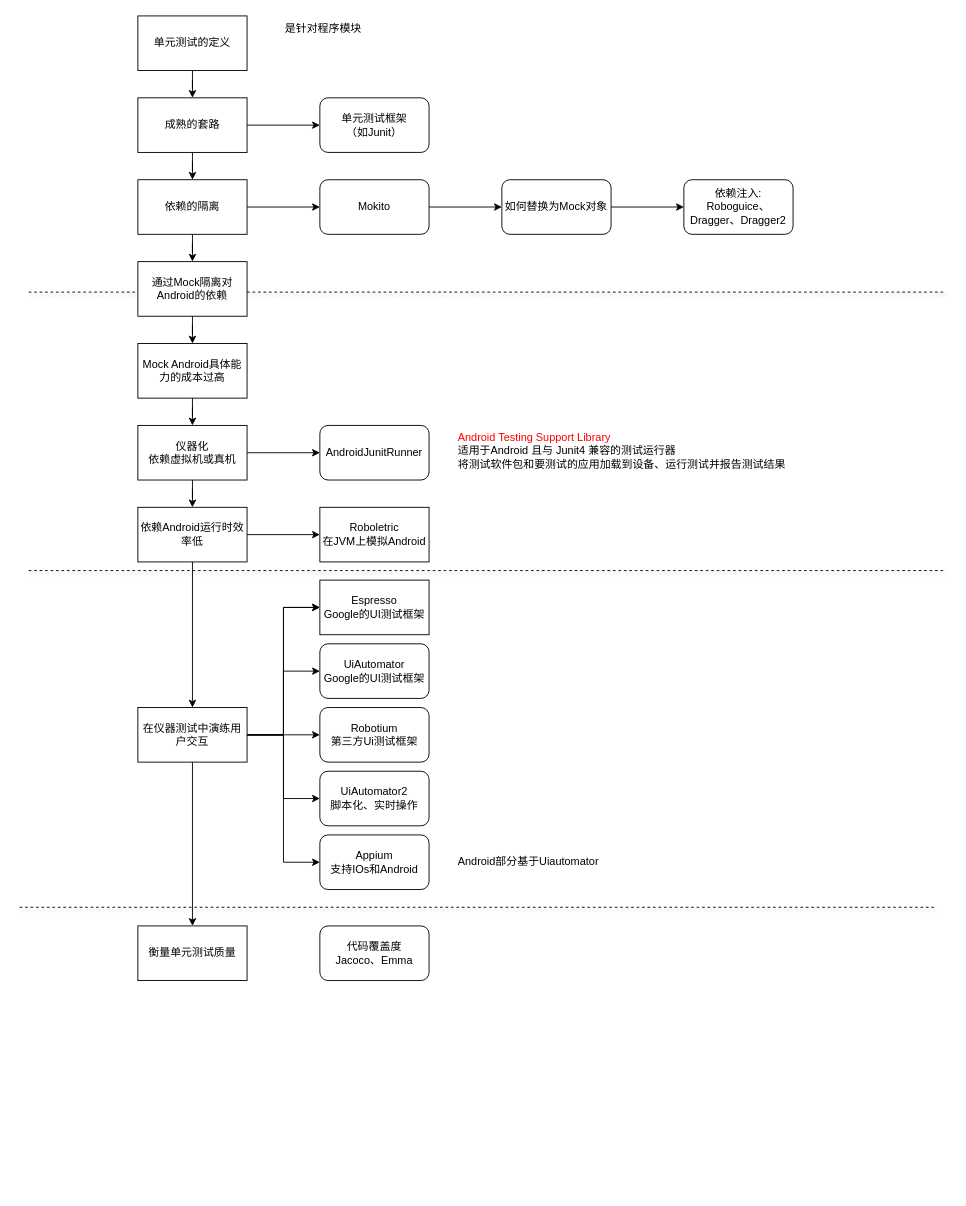
The draw.io diagram 单元测试.drawio in walkwall/drawing, before the edit. Source tidied: cells renumbered, new cells numbered last; positions are measured from the earlier drawing's top-left corner, leaving out a move shared by most shapes. Both pictures are drawn from the tidied source at 91%, with x=0, y=0 at pixel (19, 15).
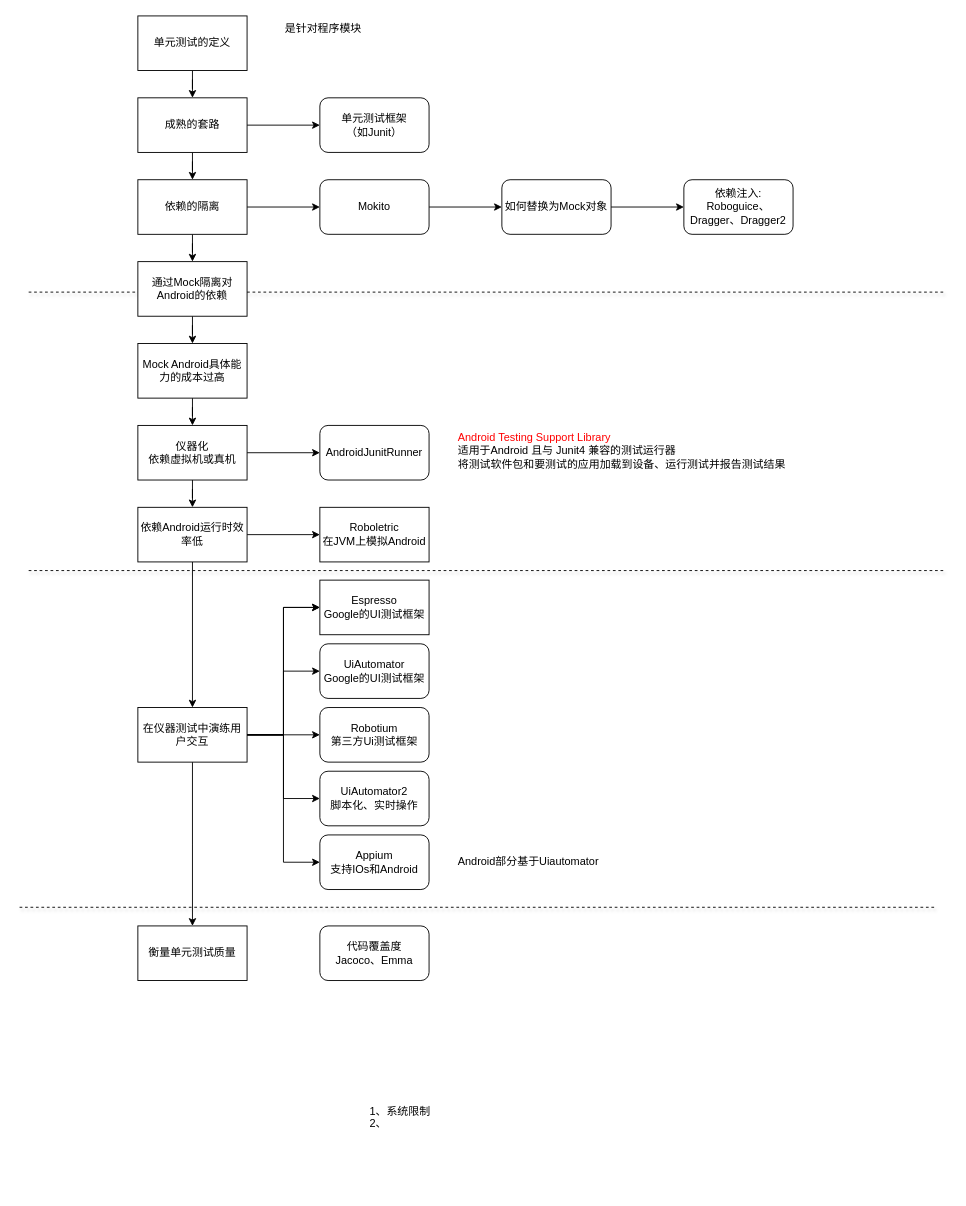
Above is the later version.

The edit, as a diff of the source:
```diff
@@
+    <mxCell id="49" value="1、系统限制&lt;br&gt;2、&lt;br&gt;" style="text;html=1;strokeColor=none;fillColor=none;align=left;verticalAlign=top;whiteSpace=wrap;rounded=0;" parent="1" vertex="1">
+      <mxGeometry x="383" y="1190" width="307" height="100" as="geometry" />
+    </mxCell>
```
